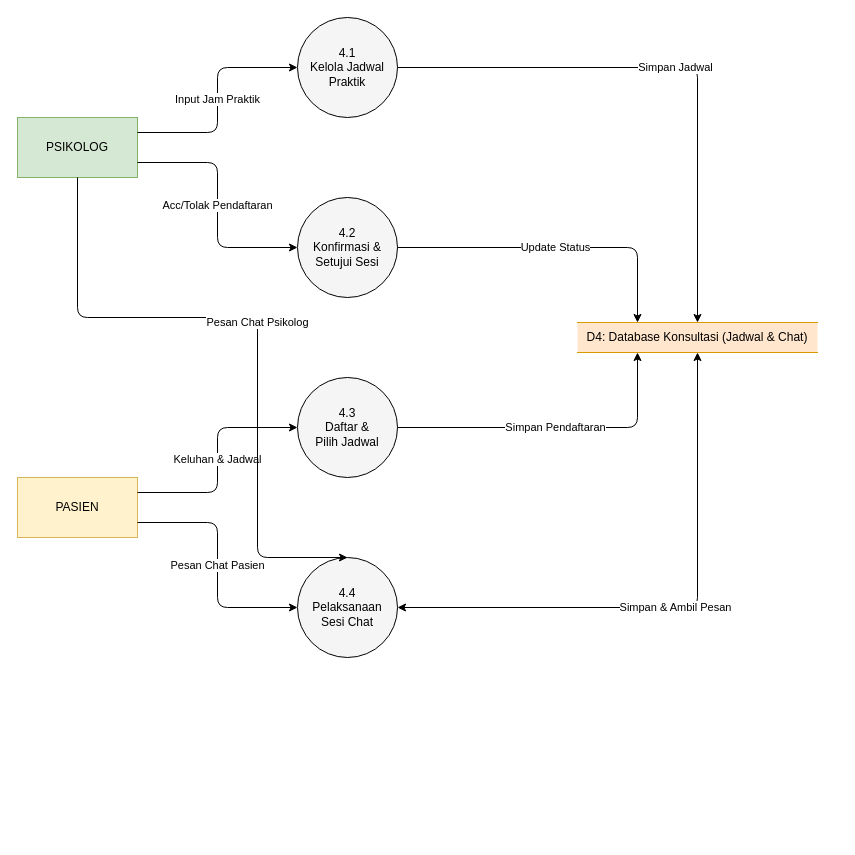
Before: public/assets/diagram/dfd/dfd_level_2_konsultasi.drawio in ardhikaxx/mental-health-pulih, a draw.io diagram. Source tidied: cells renumbered, new cells numbered last; positions are measured from the earlier drawing's top-left corner, leaving out a move shared by most shapes. Both pictures are drawn from the tidied source at 100%, with x=0, y=0 at pixel (17, 17).
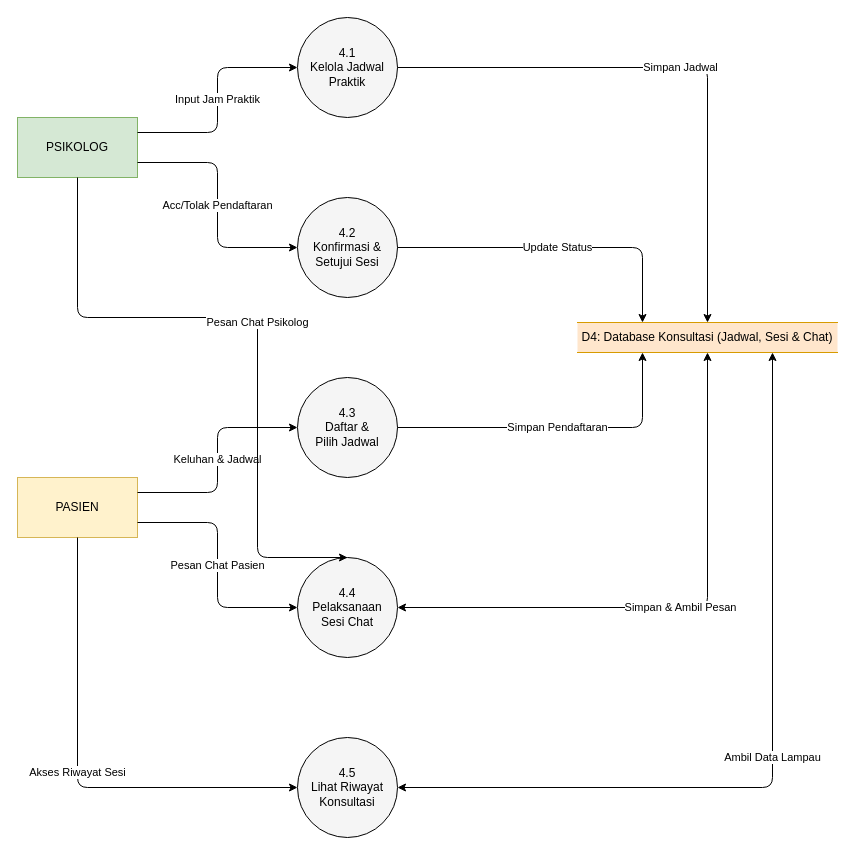
After the change.

Commit message (it also covers changes not shown here):
docs: expand DFD Level 2 diagrams to ensure 100% feature coverage including edge cases

Unchanged cells that the change refers to:
```xml
<mxCell id="3" value="PASIEN" style="rounded=0;whiteSpace=wrap;html=1;fillColor=#fff2cc;strokeColor=#d6b656;fontWeight=bold;" parent="1" vertex="1">
  <mxGeometry y="460" width="120" height="60" as="geometry" />
</mxCell>
<mxCell id="4" value="4.1&lt;br&gt;Kelola Jadwal&lt;br&gt;Praktik" style="ellipse;whiteSpace=wrap;html=1;fillColor=#f5f5f5;" parent="1" vertex="1">
  <mxGeometry x="280" width="100" height="100" as="geometry" />
</mxCell>
<mxCell id="5" value="4.2&lt;br&gt;Konfirmasi &amp;&lt;br&gt;Setujui Sesi" style="ellipse;whiteSpace=wrap;html=1;fillColor=#f5f5f5;" parent="1" vertex="1">
  <mxGeometry x="280" y="180" width="100" height="100" as="geometry" />
</mxCell>
<mxCell id="6" value="4.3&lt;br&gt;Daftar &amp;&lt;br&gt;Pilih Jadwal" style="ellipse;whiteSpace=wrap;html=1;fillColor=#f5f5f5;" parent="1" vertex="1">
  <mxGeometry x="280" y="360" width="100" height="100" as="geometry" />
</mxCell>
<mxCell id="7" value="4.4&lt;br&gt;Pelaksanaan&lt;br&gt;Sesi Chat" style="ellipse;whiteSpace=wrap;html=1;fillColor=#f5f5f5;" parent="1" vertex="1">
  <mxGeometry x="280" y="540" width="100" height="100" as="geometry" />
</mxCell>
```

Change to the diagram source:
```diff
@@
+    <mxCell id="18" value="4.5&lt;br&gt;Lihat Riwayat&lt;br&gt;Konsultasi" style="ellipse;whiteSpace=wrap;html=1;fillColor=#f5f5f5;" parent="1" vertex="1">
+      <mxGeometry x="280" y="720" width="100" height="100" as="geometry" />
+    </mxCell>
-    <mxCell id="8" value="D4: Database Konsultasi (Jadwal &amp; Chat)" style="shape=partialRectangle;whiteSpace=wrap;html=1;left=0;right=0;fillColor=#ffe6cc;strokeColor=#d79b00;" parent="1" vertex="1">
-      <mxGeometry x="560" y="305" width="240" height="30" as="geometry" />
+    <mxCell id="8" value="D4: Database Konsultasi (Jadwal, Sesi &amp; Chat)" style="shape=partialRectangle;whiteSpace=wrap;html=1;left=0;right=0;fillColor=#ffe6cc;strokeColor=#d79b00;" parent="1" vertex="1">
+      <mxGeometry x="560" y="305" width="260" height="30" as="geometry" />
     </mxCell>
@@
+    <mxCell id="19" value="Akses Riwayat Sesi" style="endArrow=classic;html=1;exitX=0.5;exitY=1;entryX=0;entryY=0.5;" parent="1" edge="1" source="3" target="18">
+      <mxGeometry relative="1" as="geometry">
+        <Array as="points">
+          <mxPoint x="60" y="770" />
+        </Array>
+      </mxGeometry>
+    </mxCell>
     <mxCell id="14" value="Simpan Jadwal" style="endArrow=classic;html=1;exitX=1;exitY=0.5;entryX=0.5;entryY=0;" parent="1" edge="1" source="4" target="8">
       <mxGeometry relative="1" as="geometry">
         <Array as="points">
-          <mxPoint x="680" y="50" />
+          <mxPoint x="690" y="50" />
         </Array>
       </mxGeometry>
     </mxCell>
     <mxCell id="15" value="Update Status" style="endArrow=classic;html=1;exitX=1;exitY=0.5;entryX=0.25;entryY=0;" parent="1" edge="1" source="5" target="8">
       <mxGeometry relative="1" as="geometry">
         <Array as="points">
-          <mxPoint x="620" y="230" />
+          <mxPoint x="625" y="230" />
         </Array>
       </mxGeometry>
     </mxCell>
     <mxCell id="16" value="Simpan Pendaftaran" style="endArrow=classic;html=1;exitX=1;exitY=0.5;entryX=0.25;entryY=1;" parent="1" edge="1" source="6" target="8">
       <mxGeometry relative="1" as="geometry">
         <Array as="points">
-          <mxPoint x="620" y="410" />
+          <mxPoint x="625" y="410" />
         </Array>
       </mxGeometry>
     </mxCell>
     <mxCell id="17" value="Simpan &amp; Ambil Pesan" style="endArrow=classic;startArrow=classic;html=1;exitX=1;exitY=0.5;entryX=0.5;entryY=1;" parent="1" edge="1" source="7" target="8">
       <mxGeometry relative="1" as="geometry">
         <Array as="points">
-          <mxPoint x="680" y="590" />
+          <mxPoint x="690" y="590" />
         </Array>
       </mxGeometry>
     </mxCell>
+    <mxCell id="20" value="Ambil Data Lampau" style="endArrow=classic;startArrow=classic;html=1;exitX=1;exitY=0.5;entryX=0.75;entryY=1;" parent="1" edge="1" source="18" target="8">
+      <mxGeometry relative="1" as="geometry">
+        <Array as="points">
+          <mxPoint x="755" y="770" />
+        </Array>
+      </mxGeometry>
+    </mxCell>
```
